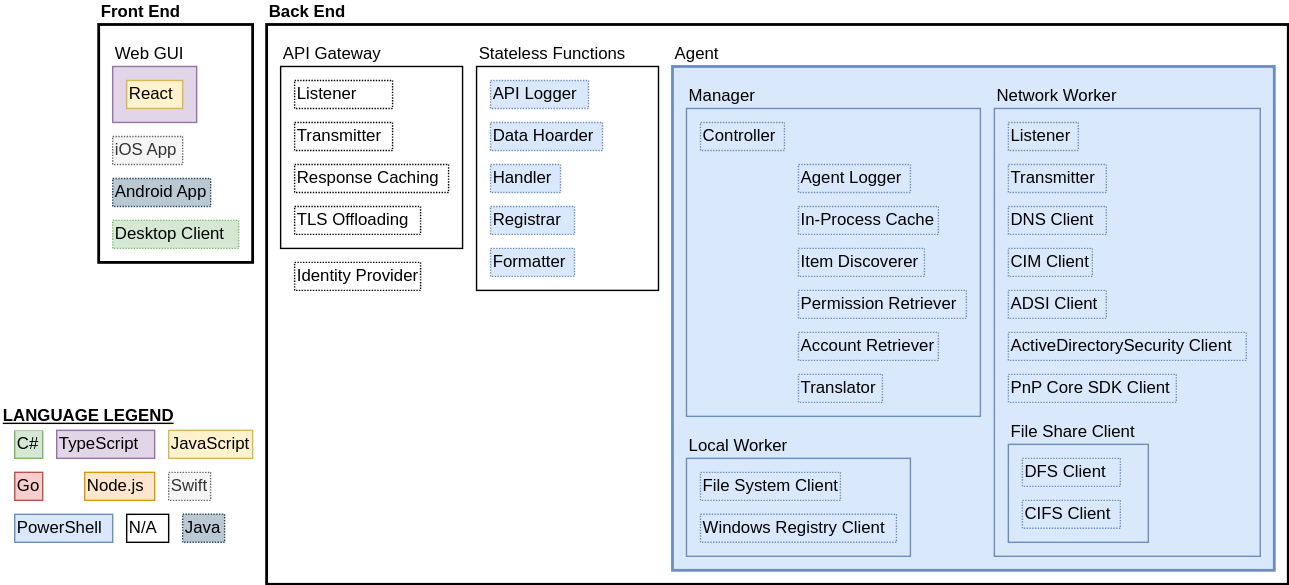
Before: docs/online/Export-Permission/static/img/FunctionalBlockDiagram_v2.svg, a diagram exported from draw.io (IMJLA/Export-Permission). Source tidied: cells renumbered, new cells last; positions are measured from the earlier drawing's top-left corner, leaving out a move shared by most shapes.
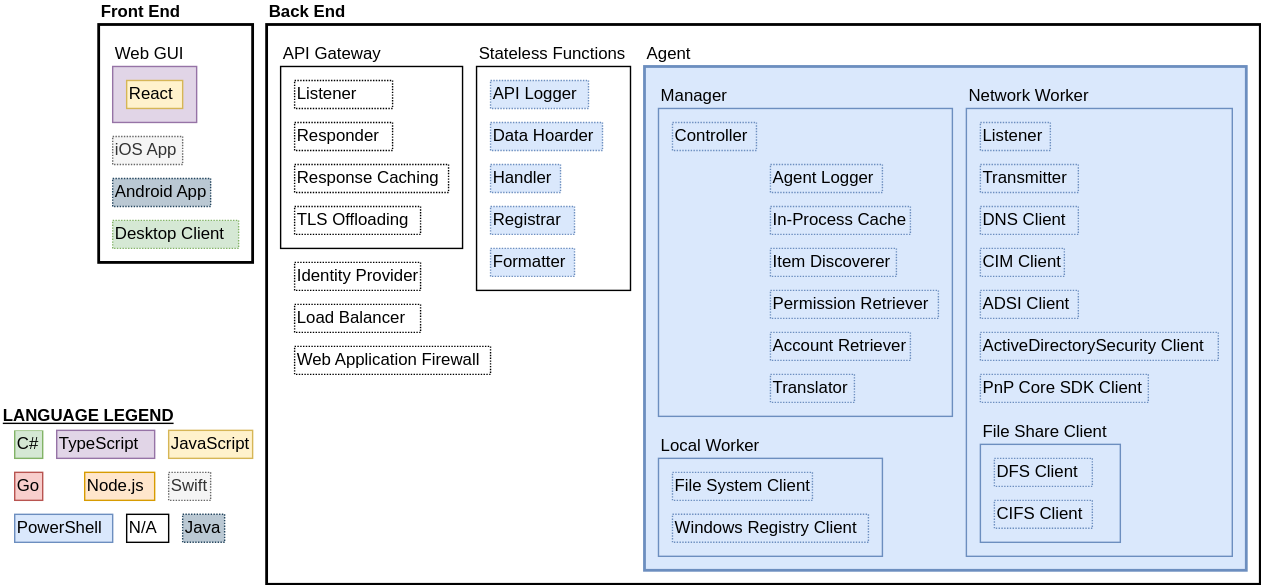
The same file after the commit.

The edit, as a diff of the source:
```diff
@@ -6,7 +6,7 @@
       <mxGeometry x="70" width="110" height="170" as="geometry" />
     </mxCell>
     <mxCell id="3" value="Back End" style="rounded=0;whiteSpace=wrap;html=1;align=left;labelPosition=center;verticalLabelPosition=top;verticalAlign=bottom;strokeWidth=2;fontStyle=1;" parent="1" vertex="1">
-      <mxGeometry x="190" width="730" height="400" as="geometry" />
+      <mxGeometry x="190" width="710" height="400" as="geometry" />
     </mxCell>
     <mxCell id="4" value="Web GUI" style="rounded=0;whiteSpace=wrap;html=1;align=left;labelPosition=center;verticalLabelPosition=top;verticalAlign=bottom;strokeWidth=1;fontStyle=0;fillColor=#e1d5e7;strokeColor=#9673a6;" parent="1" vertex="1">
       <mxGeometry x="80" y="30" width="60" height="40" as="geometry" />
@@ -35,7 +35,7 @@
     <mxCell id="12" value="API Gateway" style="rounded=0;whiteSpace=wrap;html=1;align=left;labelPosition=center;verticalLabelPosition=top;verticalAlign=bottom;" parent="1" vertex="1">
       <mxGeometry x="200" y="30" width="130" height="130" as="geometry" />
     </mxCell>
-    <mxCell id="13" value="Transmitter" style="rounded=0;whiteSpace=wrap;html=1;align=left;dashed=1;dashPattern=1 1;" parent="1" vertex="1">
+    <mxCell id="13" value="Responder" style="rounded=0;whiteSpace=wrap;html=1;align=left;dashed=1;dashPattern=1 1;" parent="1" vertex="1">
       <mxGeometry x="210" y="70" width="70" height="20" as="geometry" />
     </mxCell>
     <mxCell id="14" value="Listener" style="rounded=0;whiteSpace=wrap;html=1;align=left;dashed=1;dashPattern=1 1;" parent="1" vertex="1">
@@ -72,7 +72,7 @@
       <mxGeometry x="210" y="130" width="90" height="20" as="geometry" />
     </mxCell>
     <mxCell id="25" value="Stateless Functions" style="rounded=0;whiteSpace=wrap;html=1;align=left;labelPosition=center;verticalLabelPosition=top;verticalAlign=bottom;" parent="1" vertex="1">
-      <mxGeometry x="340" y="30" width="130" height="160" as="geometry" />
+      <mxGeometry x="340" y="30" width="110" height="160" as="geometry" />
     </mxCell>
     <mxCell id="26" value="Formatter" style="rounded=0;whiteSpace=wrap;html=1;align=left;dashed=1;dashPattern=1 1;fillColor=#dae8fc;strokeColor=#6c8ebf;" parent="1" vertex="1">
       <mxGeometry x="350" y="160" width="60" height="20" as="geometry" />
@@ -90,73 +90,79 @@
       <mxGeometry x="350" y="130" width="60" height="20" as="geometry" />
     </mxCell>
     <mxCell id="31" value="Agent" style="rounded=0;whiteSpace=wrap;html=1;align=left;labelPosition=center;verticalLabelPosition=top;verticalAlign=bottom;strokeWidth=2;fontStyle=0;fillColor=#dae8fc;strokeColor=#6c8ebf;" parent="1" vertex="1">
-      <mxGeometry x="480" y="30" width="430" height="360" as="geometry" />
+      <mxGeometry x="460" y="30" width="430" height="360" as="geometry" />
     </mxCell>
     <mxCell id="32" value="Manager" style="rounded=0;whiteSpace=wrap;html=1;align=left;labelPosition=center;verticalLabelPosition=top;verticalAlign=bottom;strokeWidth=1;fillColor=#dae8fc;strokeColor=#6c8ebf;" parent="1" vertex="1">
-      <mxGeometry x="490" y="60" width="210" height="220" as="geometry" />
+      <mxGeometry x="470" y="60" width="210" height="220" as="geometry" />
     </mxCell>
     <mxCell id="33" value="Network Worker" style="rounded=0;whiteSpace=wrap;html=1;align=left;labelPosition=center;verticalLabelPosition=top;verticalAlign=bottom;fillColor=#dae8fc;strokeColor=#6c8ebf;" parent="1" vertex="1">
-      <mxGeometry x="710" y="60" width="190" height="320" as="geometry" />
+      <mxGeometry x="690" y="60" width="190" height="320" as="geometry" />
     </mxCell>
     <mxCell id="34" value="PnP Core SDK&amp;nbsp;&lt;span style=&quot;background-color: transparent; color: light-dark(rgb(0, 0, 0), rgb(255, 255, 255));&quot;&gt;Client&lt;/span&gt;" style="rounded=0;whiteSpace=wrap;html=1;align=left;dashed=1;dashPattern=1 1;fillColor=#dae8fc;strokeColor=#6c8ebf;" parent="1" vertex="1">
-      <mxGeometry x="720" y="250" width="120" height="20" as="geometry" />
+      <mxGeometry x="700" y="250" width="120" height="20" as="geometry" />
     </mxCell>
     <mxCell id="35" value="CIM&amp;nbsp;&lt;span style=&quot;background-color: transparent; color: light-dark(rgb(0, 0, 0), rgb(255, 255, 255));&quot;&gt;Client&lt;/span&gt;" style="rounded=0;whiteSpace=wrap;html=1;align=left;dashed=1;dashPattern=1 1;fillColor=#dae8fc;strokeColor=#6c8ebf;" parent="1" vertex="1">
-      <mxGeometry x="720" y="160" width="60" height="20" as="geometry" />
+      <mxGeometry x="700" y="160" width="60" height="20" as="geometry" />
     </mxCell>
     <mxCell id="36" value="ADSI&amp;nbsp;&lt;span style=&quot;background-color: transparent; color: light-dark(rgb(0, 0, 0), rgb(255, 255, 255));&quot;&gt;Client&lt;/span&gt;" style="rounded=0;whiteSpace=wrap;html=1;align=left;dashed=1;dashPattern=1 1;fillColor=#dae8fc;strokeColor=#6c8ebf;" parent="1" vertex="1">
-      <mxGeometry x="720" y="190" width="70" height="20" as="geometry" />
+      <mxGeometry x="700" y="190" width="70" height="20" as="geometry" />
     </mxCell>
     <mxCell id="37" value="ActiveDirectorySecurity Client" style="rounded=0;whiteSpace=wrap;html=1;align=left;fontStyle=0;dashed=1;dashPattern=1 1;fillColor=#dae8fc;strokeColor=#6c8ebf;" parent="1" vertex="1">
-      <mxGeometry x="720" y="220" width="170" height="20" as="geometry" />
+      <mxGeometry x="700" y="220" width="170" height="20" as="geometry" />
     </mxCell>
     <mxCell id="38" value="Agent Logger" style="rounded=0;whiteSpace=wrap;html=1;align=left;dashed=1;dashPattern=1 1;fillColor=#dae8fc;strokeColor=#6c8ebf;" parent="1" vertex="1">
-      <mxGeometry x="570" y="100" width="80" height="20" as="geometry" />
+      <mxGeometry x="550" y="100" width="80" height="20" as="geometry" />
     </mxCell>
     <mxCell id="39" value="DNS Client" style="rounded=0;whiteSpace=wrap;html=1;align=left;dashed=1;dashPattern=1 1;fillColor=#dae8fc;strokeColor=#6c8ebf;" parent="1" vertex="1">
-      <mxGeometry x="720" y="130" width="70" height="20" as="geometry" />
+      <mxGeometry x="700" y="130" width="70" height="20" as="geometry" />
     </mxCell>
     <mxCell id="40" value="Permission Retriever" style="rounded=0;whiteSpace=wrap;html=1;align=left;dashed=1;dashPattern=1 1;fillColor=#dae8fc;strokeColor=#6c8ebf;" parent="1" vertex="1">
-      <mxGeometry x="570" y="190" width="120" height="20" as="geometry" />
+      <mxGeometry x="550" y="190" width="120" height="20" as="geometry" />
     </mxCell>
     <mxCell id="41" value="Account Retriever" style="rounded=0;whiteSpace=wrap;html=1;align=left;dashed=1;dashPattern=1 1;fillColor=#dae8fc;strokeColor=#6c8ebf;" parent="1" vertex="1">
-      <mxGeometry x="570" y="220" width="100" height="20" as="geometry" />
+      <mxGeometry x="550" y="220" width="100" height="20" as="geometry" />
     </mxCell>
     <mxCell id="42" value="Item Discoverer" style="rounded=0;whiteSpace=wrap;html=1;align=left;dashed=1;dashPattern=1 1;fillColor=#dae8fc;strokeColor=#6c8ebf;" parent="1" vertex="1">
-      <mxGeometry x="570" y="160" width="90" height="20" as="geometry" />
+      <mxGeometry x="550" y="160" width="90" height="20" as="geometry" />
     </mxCell>
     <mxCell id="43" value="Local Worker" style="rounded=0;whiteSpace=wrap;html=1;align=left;labelPosition=center;verticalLabelPosition=top;verticalAlign=bottom;fillColor=#dae8fc;strokeColor=#6c8ebf;" parent="1" vertex="1">
-      <mxGeometry x="490" y="310" width="160" height="70" as="geometry" />
+      <mxGeometry x="470" y="310" width="160" height="70" as="geometry" />
     </mxCell>
     <mxCell id="44" value="File System Client" style="rounded=0;whiteSpace=wrap;html=1;align=left;dashed=1;dashPattern=1 1;fillColor=#dae8fc;strokeColor=#6c8ebf;" parent="1" vertex="1">
-      <mxGeometry x="500" y="320" width="100" height="20" as="geometry" />
+      <mxGeometry x="480" y="320" width="100" height="20" as="geometry" />
     </mxCell>
     <mxCell id="45" value="Windows Registry Client" style="rounded=0;whiteSpace=wrap;html=1;align=left;fontStyle=0;dashed=1;dashPattern=1 1;fillColor=#dae8fc;strokeColor=#6c8ebf;" parent="1" vertex="1">
-      <mxGeometry x="500" y="350" width="140" height="20" as="geometry" />
+      <mxGeometry x="480" y="350" width="140" height="20" as="geometry" />
     </mxCell>
     <mxCell id="46" value="In-Process Cache" style="rounded=0;whiteSpace=wrap;html=1;align=left;dashed=1;dashPattern=1 1;fillColor=#dae8fc;strokeColor=#6c8ebf;" parent="1" vertex="1">
-      <mxGeometry x="570" y="130" width="100" height="20" as="geometry" />
+      <mxGeometry x="550" y="130" width="100" height="20" as="geometry" />
     </mxCell>
     <mxCell id="47" value="Translator" style="rounded=0;whiteSpace=wrap;html=1;align=left;dashed=1;dashPattern=1 1;fillColor=#dae8fc;strokeColor=#6c8ebf;" parent="1" vertex="1">
-      <mxGeometry x="570" y="250" width="60" height="20" as="geometry" />
+      <mxGeometry x="550" y="250" width="60" height="20" as="geometry" />
     </mxCell>
     <mxCell id="48" value="Controller" style="rounded=0;whiteSpace=wrap;html=1;align=left;dashed=1;dashPattern=1 1;fillColor=#dae8fc;strokeColor=#6c8ebf;" parent="1" vertex="1">
-      <mxGeometry x="500" y="70" width="60" height="20" as="geometry" />
+      <mxGeometry x="480" y="70" width="60" height="20" as="geometry" />
     </mxCell>
     <mxCell id="49" value="Listener" style="rounded=0;whiteSpace=wrap;html=1;align=left;dashed=1;dashPattern=1 1;fillColor=#dae8fc;strokeColor=#6c8ebf;" parent="1" vertex="1">
-      <mxGeometry x="720" y="70" width="50" height="20" as="geometry" />
+      <mxGeometry x="700" y="70" width="50" height="20" as="geometry" />
     </mxCell>
     <mxCell id="50" value="Transmitter" style="rounded=0;whiteSpace=wrap;html=1;align=left;dashed=1;dashPattern=1 1;fillColor=#dae8fc;strokeColor=#6c8ebf;" parent="1" vertex="1">
-      <mxGeometry x="720" y="100" width="70" height="20" as="geometry" />
+      <mxGeometry x="700" y="100" width="70" height="20" as="geometry" />
     </mxCell>
     <mxCell id="51" value="File Share Client" style="rounded=0;whiteSpace=wrap;html=1;align=left;labelPosition=center;verticalLabelPosition=top;verticalAlign=bottom;fillColor=#dae8fc;strokeColor=#6c8ebf;" parent="1" vertex="1">
-      <mxGeometry x="720" y="300" width="100" height="70" as="geometry" />
+      <mxGeometry x="700" y="300" width="100" height="70" as="geometry" />
     </mxCell>
     <mxCell id="52" value="CIFS Client" style="rounded=0;whiteSpace=wrap;html=1;align=left;dashed=1;dashPattern=1 1;fillColor=#dae8fc;strokeColor=#6c8ebf;" parent="1" vertex="1">
-      <mxGeometry x="730" y="340" width="70" height="20" as="geometry" />
+      <mxGeometry x="710" y="340" width="70" height="20" as="geometry" />
     </mxCell>
     <mxCell id="53" value="DFS Client" style="rounded=0;whiteSpace=wrap;html=1;align=left;dashed=1;dashPattern=1 1;fillColor=#dae8fc;strokeColor=#6c8ebf;" parent="1" vertex="1">
-      <mxGeometry x="730" y="310" width="70" height="20" as="geometry" />
+      <mxGeometry x="710" y="310" width="70" height="20" as="geometry" />
     </mxCell>
+    <mxCell id="54" value="Load Balancer" style="rounded=0;whiteSpace=wrap;html=1;align=left;dashed=1;dashPattern=1 1;" parent="1" vertex="1">
+      <mxGeometry x="210" y="200" width="90" height="20" as="geometry" />
+    </mxCell>
+    <mxCell id="55" value="Web Application Firewall" style="rounded=0;whiteSpace=wrap;html=1;align=left;dashed=1;dashPattern=1 1;" parent="1" vertex="1">
+      <mxGeometry x="210" y="230" width="140" height="20" as="geometry" />
+    </mxCell>
   </root>
 </mxGraphModel>
```
